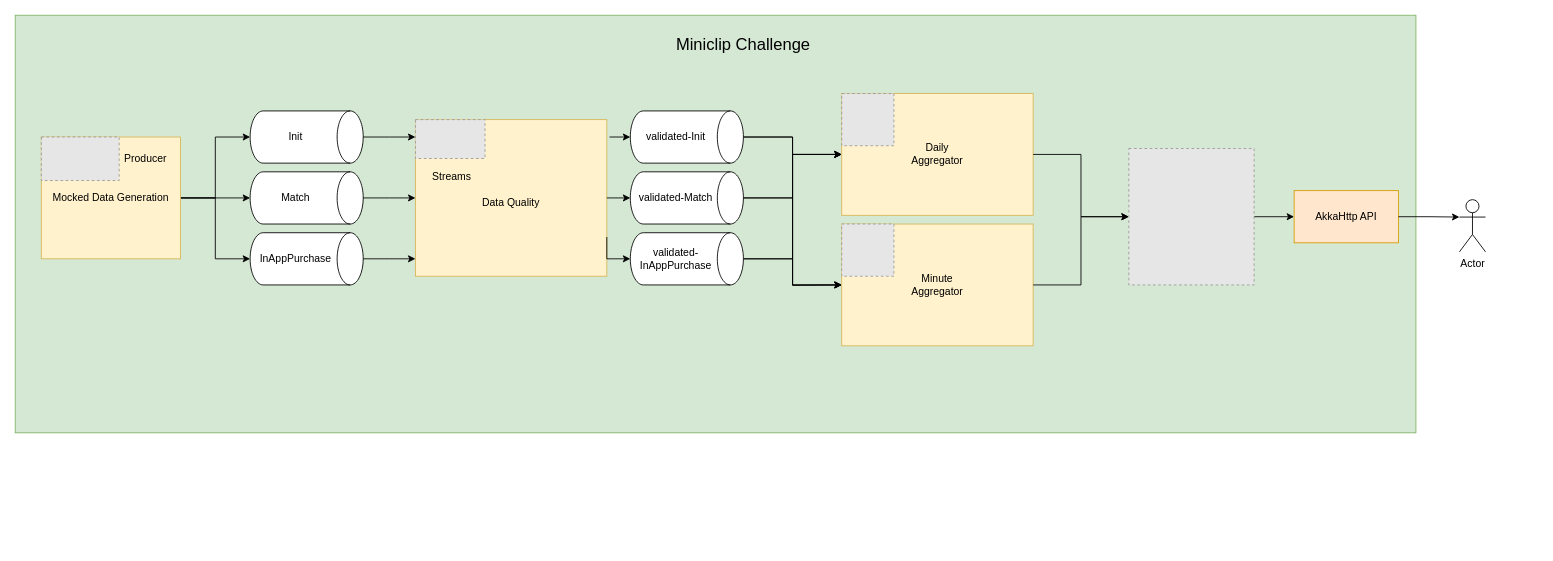
Before: Miniclip-challenge.drawio in ForgotOfLuk/kafka-spark-etl-batch-reports, a draw.io diagram. Source tidied: cells renumbered, new cells numbered last; positions are measured from the earlier drawing's top-left corner, leaving out a move shared by most shapes. Both pictures are drawn from the tidied source at 87%, with x=0, y=0 at pixel (15, 15). Pictures stored in the file or linked from it are replaced by grey dashed boxes.
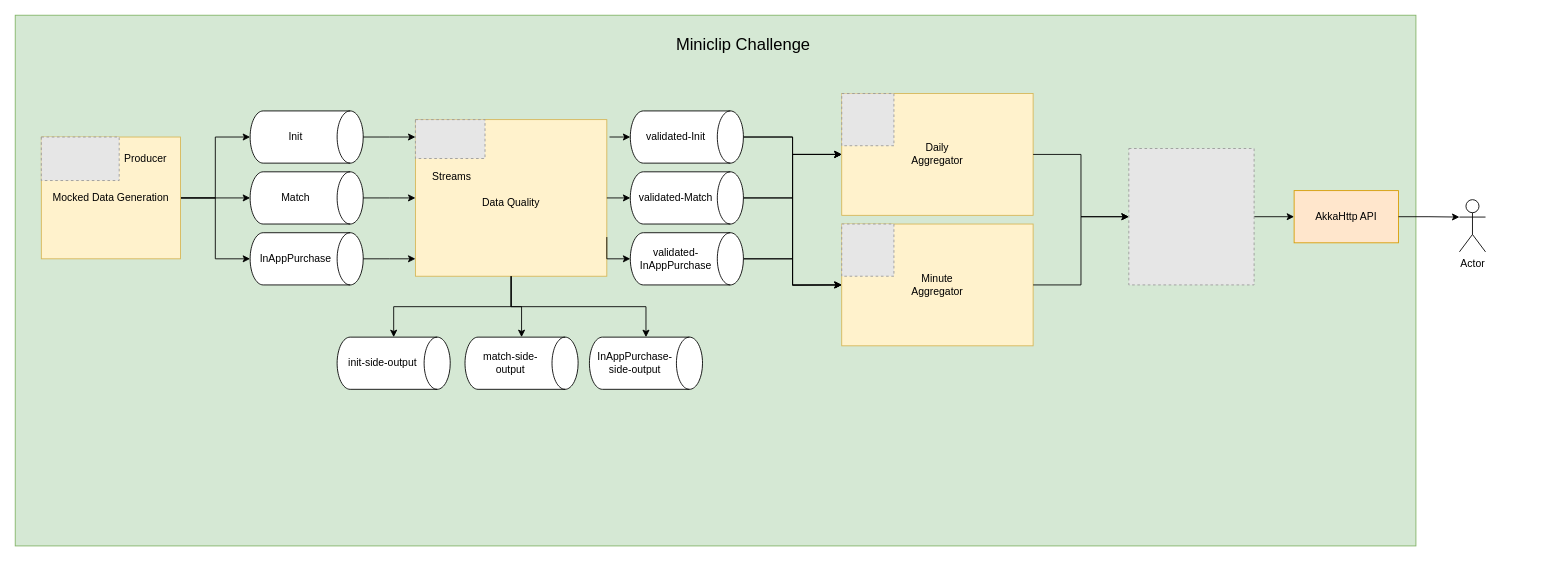
Above is the later version.

The change refers to these unchanged cells:
```xml
<mxCell id="15" style="rounded=0;whiteSpace=wrap;html=1;fillColor=#fff2cc;strokeColor=#d6b656;" parent="14" vertex="1">
  <mxGeometry width="220" height="180" as="geometry" />
</mxCell>
```

What changed in the source:
```diff
@@
     <mxCell id="2" style="rounded=0;whiteSpace=wrap;html=1;fillColor=#d5e8d4;strokeColor=#82b366;" parent="1" vertex="1">
-      <mxGeometry width="1610" height="480" as="geometry" />
+      <mxGeometry width="1610" height="610" as="geometry" />
     </mxCell>
@@
+    <mxCell id="50" value="init-side-output" style="shape=cylinder3;whiteSpace=wrap;html=1;boundedLbl=1;backgroundOutline=1;size=15;direction=south;" parent="1" vertex="1">
+      <mxGeometry x="370" y="370" width="130" height="60" as="geometry" />
+    </mxCell>
+    <mxCell id="51" value="match-side-output" style="shape=cylinder3;whiteSpace=wrap;html=1;boundedLbl=1;backgroundOutline=1;size=15;direction=south;" parent="1" vertex="1">
+      <mxGeometry x="517" y="370" width="130" height="60" as="geometry" />
+    </mxCell>
+    <mxCell id="52" value="InAppPurchase-side-output" style="shape=cylinder3;whiteSpace=wrap;html=1;boundedLbl=1;backgroundOutline=1;size=15;direction=south;" parent="1" vertex="1">
+      <mxGeometry x="660" y="370" width="130" height="60" as="geometry" />
+    </mxCell>
+    <mxCell id="53" style="edgeStyle=orthogonalEdgeStyle;rounded=0;jettySize=auto;html=1;exitX=0.5;exitY=1;exitDx=0;exitDy=0;" parent="1" edge="1" source="15" target="50">
+      <mxGeometry relative="1" as="geometry" />
+    </mxCell>
+    <mxCell id="54" style="edgeStyle=orthogonalEdgeStyle;rounded=0;jettySize=auto;html=1;exitX=0.5;exitY=1;exitDx=0;exitDy=0;" parent="1" edge="1" source="15" target="51">
+      <mxGeometry relative="1" as="geometry" />
+    </mxCell>
+    <mxCell id="55" style="edgeStyle=orthogonalEdgeStyle;rounded=0;jettySize=auto;html=1;exitX=0.5;exitY=1;exitDx=0;exitDy=0;" parent="1" edge="1" source="15" target="52">
+      <mxGeometry relative="1" as="geometry" />
+    </mxCell>
```
